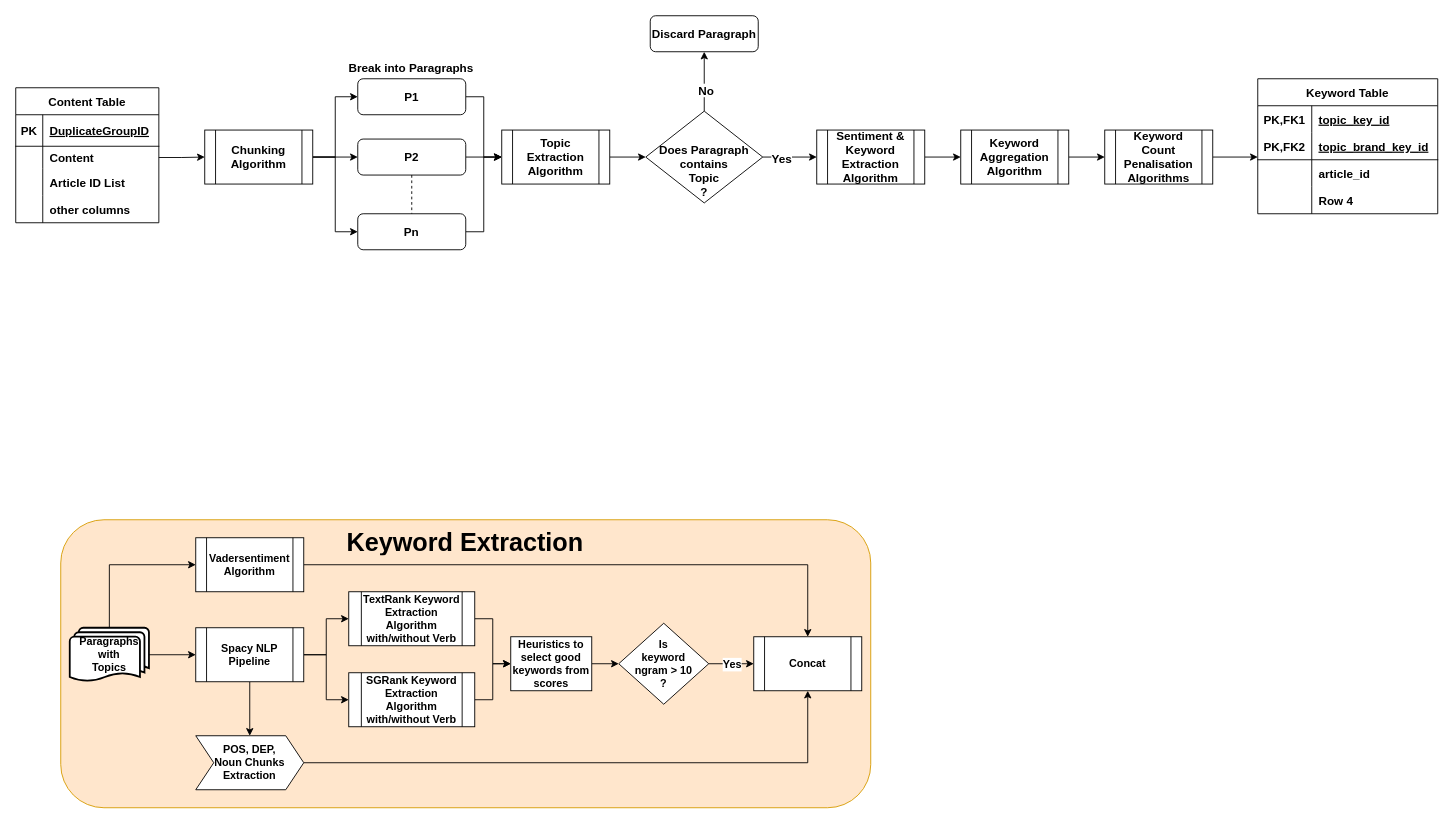
This is Topic_Sentiment_Keyword_Extraction.drawio from travel-code-sleep/darw_io_diagrams, a draw.io file, before an edit. Source tidied: cells renumbered, new cells numbered last; positions are measured from the earlier drawing's top-left corner, leaving out a move shared by most shapes. Both pictures are drawn from the tidied source at 90%, with x=0, y=0 at pixel (15, 15).
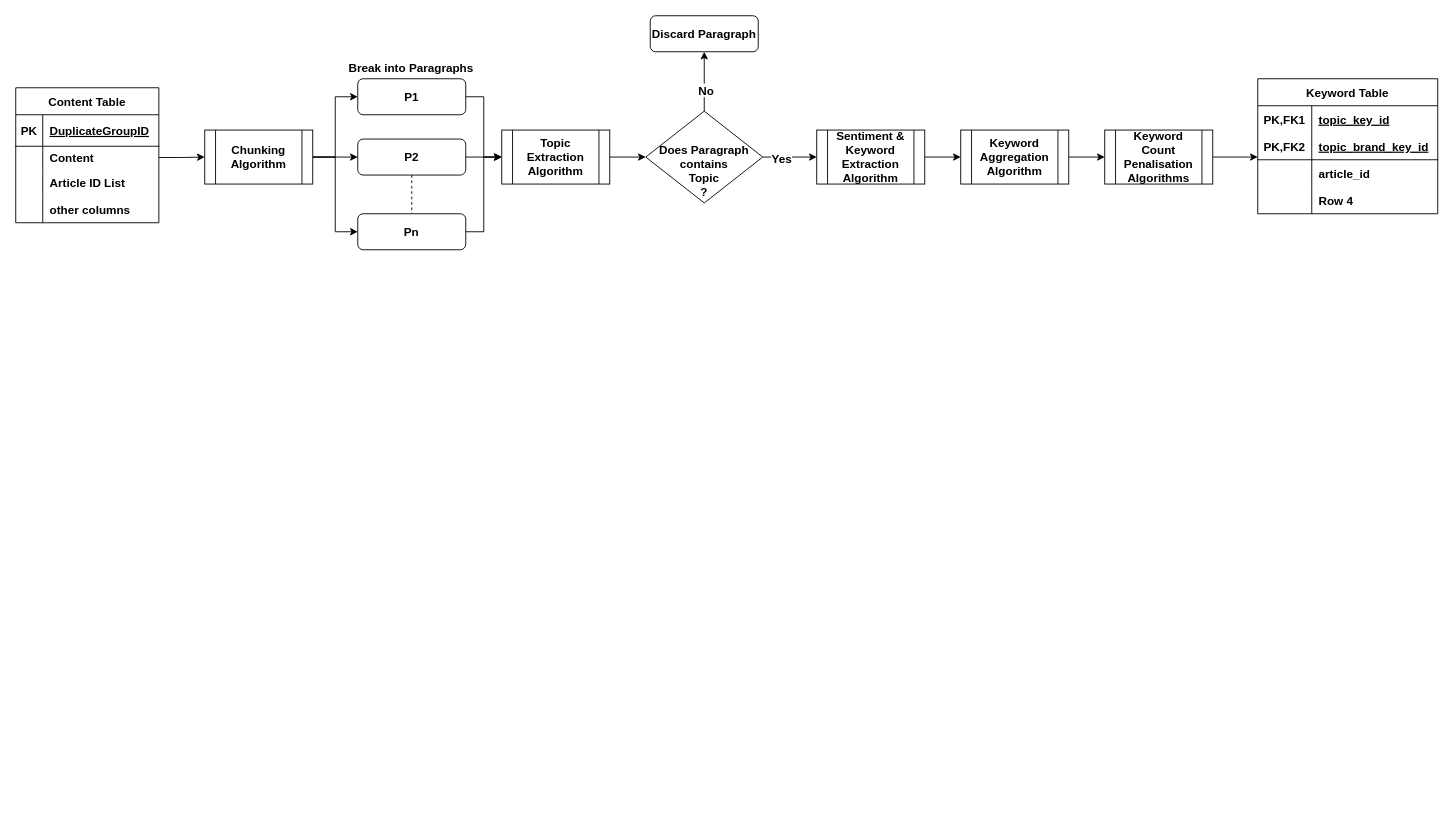
Above is the later version.

Diff of the diagram source:
```diff
@@
-    <mxCell id="39" style="rounded=1;whiteSpace=wrap;html=1;fillColor=#ffe6cc;strokeColor=#d79b00;fontStyle=1;fontSize=12;" parent="1" vertex="1">
-      <mxGeometry x="50" y="560" width="900" height="320" as="geometry" />
-    </mxCell>
-    <mxCell id="40" style="edgeStyle=orthogonalEdgeStyle;rounded=0;jettySize=auto;html=1;exitX=0.5;exitY=0;exitDx=0;exitDy=0;exitPerimeter=0;entryX=0;entryY=0.5;entryDx=0;entryDy=0;endArrow=classic;endFill=1;fontStyle=1;fontSize=12;" parent="1" edge="1" source="42" target="44">
-      <mxGeometry relative="1" as="geometry" />
-    </mxCell>
-    <mxCell id="41" style="edgeStyle=orthogonalEdgeStyle;rounded=0;jettySize=auto;html=1;exitX=1;exitY=0.5;exitDx=0;exitDy=0;exitPerimeter=0;endArrow=classic;endFill=1;fontStyle=1;fontSize=12;" parent="1" edge="1" source="42" target="48">
-      <mxGeometry relative="1" as="geometry" />
-    </mxCell>
-    <mxCell id="42" value="Paragraphs with&lt;br style=&quot;font-size: 12px;&quot;&gt;Topics" style="strokeWidth=2;html=1;shape=mxgraph.flowchart.multi-document;whiteSpace=wrap;fontStyle=1;fontSize=12;" parent="1" vertex="1">
-      <mxGeometry x="60" y="680" width="88" height="60" as="geometry" />
-    </mxCell>
-    <mxCell id="43" style="edgeStyle=orthogonalEdgeStyle;rounded=0;jettySize=auto;html=1;exitX=1;exitY=0.5;exitDx=0;exitDy=0;entryX=0.5;entryY=0;entryDx=0;entryDy=0;endArrow=classic;endFill=1;fontStyle=1;fontSize=12;" parent="1" edge="1" source="44" target="62">
-      <mxGeometry relative="1" as="geometry" />
-    </mxCell>
-    <mxCell id="44" value="&lt;span style=&quot;font-size: 12px;&quot;&gt;Vadersentiment&lt;/span&gt;&lt;br style=&quot;font-size: 12px;&quot;&gt;&lt;span style=&quot;font-size: 12px;&quot;&gt;Algorithm&lt;/span&gt;" style="shape=process;whiteSpace=wrap;html=1;backgroundOutline=1;fontStyle=1;fontSize=12;" parent="1" vertex="1">
-      <mxGeometry x="200" y="580" width="120" height="60" as="geometry" />
-    </mxCell>
-    <mxCell id="45" style="edgeStyle=orthogonalEdgeStyle;rounded=0;jettySize=auto;html=1;exitX=1;exitY=0.5;exitDx=0;exitDy=0;entryX=0;entryY=0.5;entryDx=0;entryDy=0;endArrow=classic;endFill=1;fontStyle=1;fontSize=12;" parent="1" edge="1" source="48" target="50">
-      <mxGeometry relative="1" as="geometry" />
-    </mxCell>
-    <mxCell id="46" style="edgeStyle=orthogonalEdgeStyle;rounded=0;jettySize=auto;html=1;exitX=1;exitY=0.5;exitDx=0;exitDy=0;endArrow=classic;endFill=1;fontStyle=1;fontSize=12;" parent="1" edge="1" source="48" target="54">
-      <mxGeometry relative="1" as="geometry" />
-    </mxCell>
-    <mxCell id="47" style="edgeStyle=orthogonalEdgeStyle;rounded=0;jettySize=auto;html=1;exitX=0.5;exitY=1;exitDx=0;exitDy=0;entryX=0.5;entryY=0;entryDx=0;entryDy=0;endArrow=classic;endFill=1;fontStyle=1;fontSize=12;" parent="1" edge="1" source="48" target="52">
-      <mxGeometry relative="1" as="geometry" />
-    </mxCell>
-    <mxCell id="48" value="Spacy NLP&lt;br style=&quot;font-size: 12px;&quot;&gt;Pipeline" style="shape=process;whiteSpace=wrap;html=1;backgroundOutline=1;fontStyle=1;fontSize=12;" parent="1" vertex="1">
-      <mxGeometry x="200" y="680" width="120" height="60" as="geometry" />
-    </mxCell>
-    <mxCell id="49" style="edgeStyle=orthogonalEdgeStyle;rounded=0;jettySize=auto;html=1;exitX=1;exitY=0.5;exitDx=0;exitDy=0;endArrow=classic;endFill=1;fontStyle=1;fontSize=12;" parent="1" edge="1" source="50" target="56">
-      <mxGeometry relative="1" as="geometry" />
-    </mxCell>
-    <mxCell id="50" value="TextRank Keyword Extraction Algorithm&lt;br style=&quot;font-size: 12px;&quot;&gt;with/without Verb" style="shape=process;whiteSpace=wrap;html=1;backgroundOutline=1;fontStyle=1;fontSize=12;" parent="1" vertex="1">
-      <mxGeometry x="370" y="640" width="140" height="60" as="geometry" />
-    </mxCell>
-    <mxCell id="51" style="edgeStyle=orthogonalEdgeStyle;rounded=0;jettySize=auto;html=1;exitX=1;exitY=0.5;exitDx=0;exitDy=0;entryX=0.5;entryY=1;entryDx=0;entryDy=0;endArrow=classic;endFill=1;fontStyle=1;fontSize=12;" parent="1" edge="1" source="52" target="62">
-      <mxGeometry relative="1" as="geometry" />
-    </mxCell>
-    <mxCell id="52" value="POS, DEP, &lt;br style=&quot;font-size: 12px;&quot;&gt;Noun Chunks&lt;br style=&quot;font-size: 12px;&quot;&gt;Extraction" style="shape=step;perimeter=stepPerimeter;whiteSpace=wrap;html=1;fixedSize=1;fontStyle=1;fontSize=12;" parent="1" vertex="1">
-      <mxGeometry x="200" y="800" width="120" height="60" as="geometry" />
-    </mxCell>
-    <mxCell id="53" style="edgeStyle=orthogonalEdgeStyle;rounded=0;jettySize=auto;html=1;exitX=1;exitY=0.5;exitDx=0;exitDy=0;entryX=0;entryY=0.5;entryDx=0;entryDy=0;endArrow=classic;endFill=1;fontStyle=1;fontSize=12;" parent="1" edge="1" source="54" target="56">
-      <mxGeometry relative="1" as="geometry" />
-    </mxCell>
-    <mxCell id="54" value="&lt;span style=&quot;font-size: 12px;&quot;&gt;SGRank Keyword Extraction Algorithm&lt;/span&gt;&lt;br style=&quot;font-size: 12px;&quot;&gt;&lt;span style=&quot;font-size: 12px;&quot;&gt;with/without Verb&lt;/span&gt;" style="shape=process;whiteSpace=wrap;html=1;backgroundOutline=1;fontStyle=1;fontSize=12;" parent="1" vertex="1">
-      <mxGeometry x="370" y="730" width="140" height="60" as="geometry" />
-    </mxCell>
-    <mxCell id="55" style="edgeStyle=orthogonalEdgeStyle;rounded=0;jettySize=auto;html=1;exitX=1;exitY=0.5;exitDx=0;exitDy=0;entryX=0;entryY=0.5;entryDx=0;entryDy=0;endArrow=classic;endFill=1;fontStyle=1;fontSize=12;" parent="1" edge="1" source="56" target="61">
-      <mxGeometry relative="1" as="geometry" />
-    </mxCell>
-    <mxCell id="56" value="Heuristics to select good keywords from scores" style="whiteSpace=wrap;html=1;fontStyle=1;fontSize=12;" parent="1" vertex="1">
-      <mxGeometry x="550" y="690" width="90" height="60" as="geometry" />
-    </mxCell>
@@
-    <mxCell id="59" style="edgeStyle=orthogonalEdgeStyle;rounded=0;jettySize=auto;html=1;exitX=1;exitY=0.5;exitDx=0;exitDy=0;entryX=0;entryY=0.5;entryDx=0;entryDy=0;endArrow=classic;endFill=1;fontStyle=1;fontSize=12;" parent="1" edge="1" source="61" target="62">
-      <mxGeometry relative="1" as="geometry" />
-    </mxCell>
-    <mxCell id="60" value="Yes" style="edgeLabel;html=1;align=center;verticalAlign=middle;fontStyle=1;fontSize=12;" parent="59" vertex="1">
-      <mxGeometry relative="1" as="geometry" />
-    </mxCell>
-    <mxCell id="61" value="Is &lt;br&gt;keyword&lt;br style=&quot;font-size: 12px;&quot;&gt;ngram &amp;gt; 10&lt;br&gt;?" style="rhombus;whiteSpace=wrap;html=1;fontStyle=1;fontSize=12;" parent="1" vertex="1">
-      <mxGeometry x="670" y="675" width="100" height="90" as="geometry" />
-    </mxCell>
-    <mxCell id="62" value="Concat" style="shape=process;whiteSpace=wrap;html=1;backgroundOutline=1;fontStyle=1;fontSize=12;" parent="1" vertex="1">
-      <mxGeometry x="820" y="690" width="120" height="60" as="geometry" />
-    </mxCell>
-    <mxCell id="63" value="&lt;h1 style=&quot;font-size: 28px;&quot;&gt;Keyword Extraction&lt;/h1&gt;" style="text;html=1;strokeColor=none;fillColor=none;spacing=5;spacingTop=-20;whiteSpace=wrap;overflow=hidden;rounded=0;fontStyle=1;fontSize=28;" parent="1" vertex="1">
-      <mxGeometry x="362.5" y="560" width="275" height="40" as="geometry" />
-    </mxCell>
```
